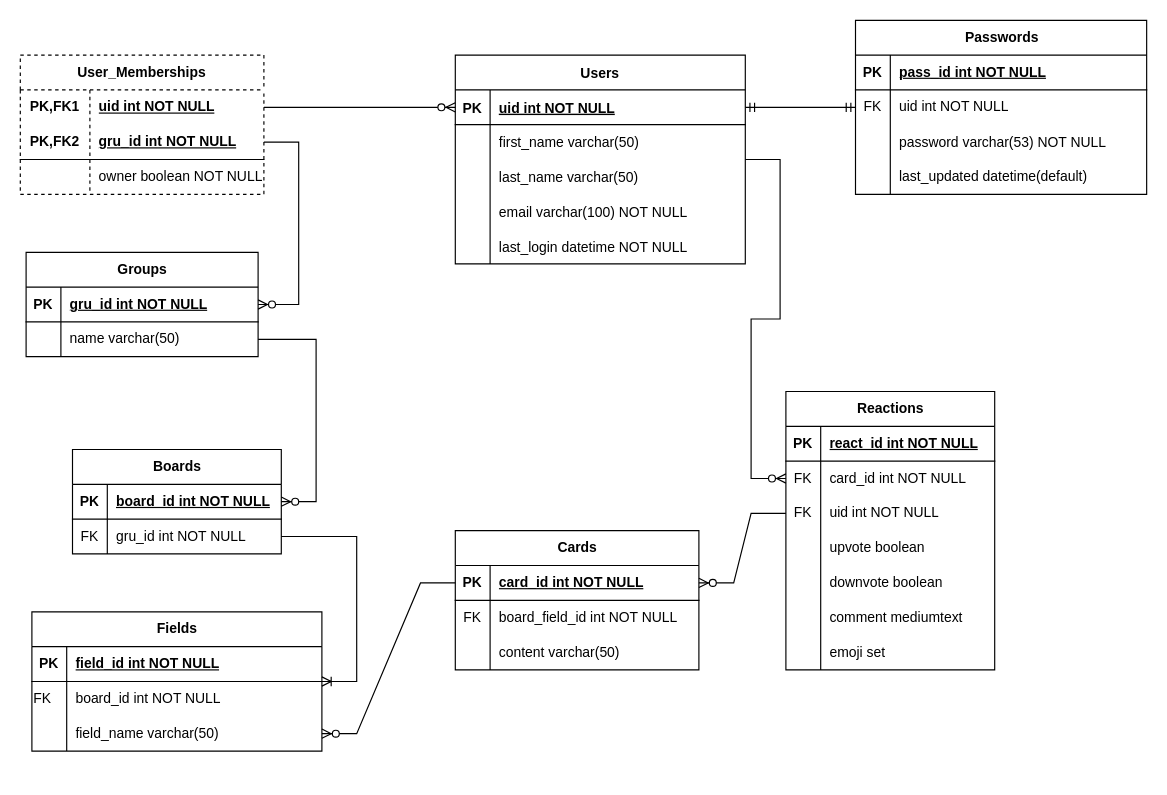
Above: .diagrams/ERD_hindsite.drawio in Bilgecrank/hindsite (draw.io), before the change. Source tidied: cells renumbered, new cells numbered last; positions are measured from the earlier drawing's top-left corner, leaving out a move shared by most shapes. Both pictures are drawn from the tidied source at 116%, with x=0, y=0 at pixel (-218, 20).
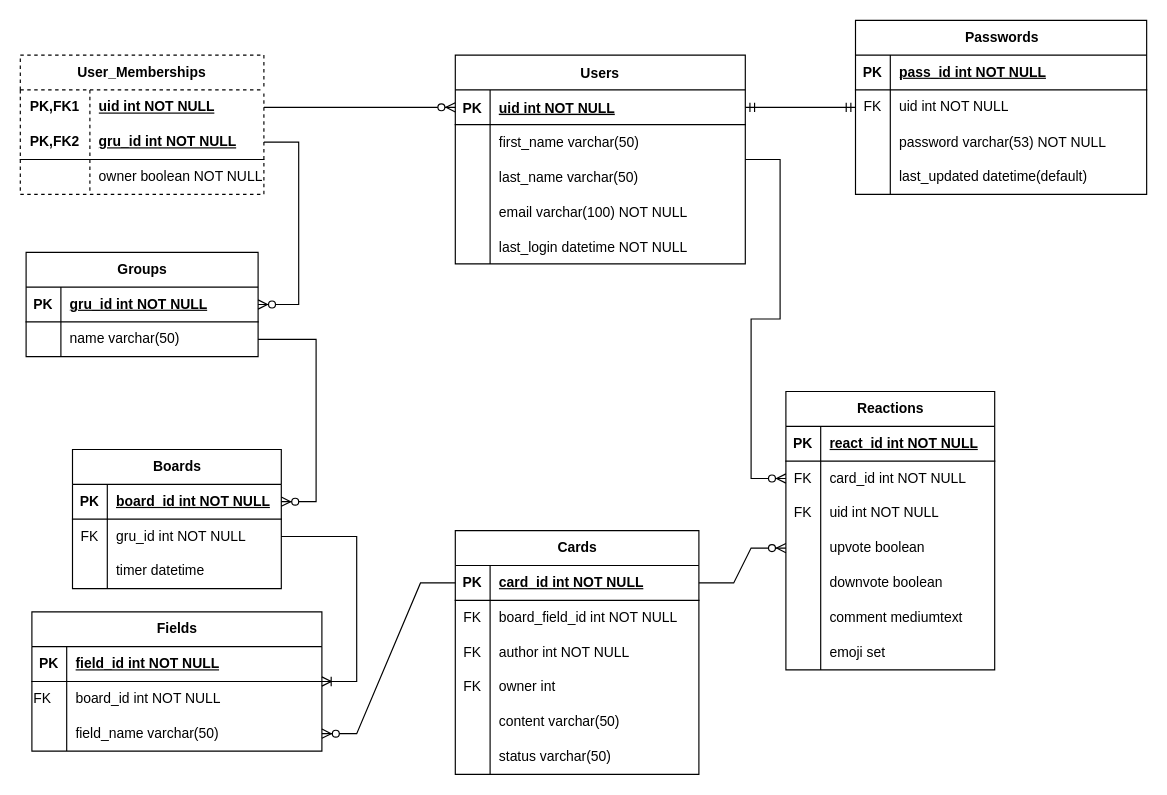
The same page after the edit.

Unchanged cells that the change refers to:
```xml
<mxCell id="59" style="shape=tableRow;horizontal=0;startSize=0;swimlaneHead=0;swimlaneBody=0;fillColor=none;points=[[0,0.5],[1,0.5]];portConstraint=eastwest;top=0;left=0;right=0;bottom=1;" parent="58" vertex="1">
  <mxGeometry y="30" width="210" height="30" as="geometry" />
</mxCell>
<mxCell id="65" style="shape=tableRow;horizontal=0;startSize=0;swimlaneHead=0;swimlaneBody=0;fillColor=none;top=0;left=0;right=0;bottom=0;" parent="58" vertex="1">
  <mxGeometry y="90" width="210" height="30" as="geometry" />
</mxCell>
<mxCell id="88" style="shape=tableRow;horizontal=0;startSize=0;swimlaneHead=0;swimlaneBody=0;fillColor=none;points=[[0,0.5],[1,0.5]];portConstraint=eastwest;top=0;left=0;right=0;bottom=0;" parent="81" vertex="1">
  <mxGeometry y="90" width="180" height="30" as="geometry" />
</mxCell>
<mxCell id="91" style="shape=tableRow;horizontal=0;startSize=0;swimlaneHead=0;swimlaneBody=0;fillColor=none;points=[[0,0.5],[1,0.5]];portConstraint=eastwest;top=0;left=0;right=0;bottom=0;" parent="81" vertex="1">
  <mxGeometry y="120" width="180" height="30" as="geometry" />
</mxCell>
```

What changed in the source:
```diff
@@
     <mxCell id="51" value="Boards" style="shape=table;startSize=30;childLayout=tableLayout;rowLines=0;fontStyle=1;align=center;html=1;" parent="1" vertex="1">
-      <mxGeometry x="250" y="370" width="180" height="90" as="geometry" />
+      <mxGeometry x="250" y="370" width="180" height="120" as="geometry" />
     </mxCell>
@@
+    <mxCell id="105" style="shape=tableRow;horizontal=0;startSize=0;swimlaneHead=0;swimlaneBody=0;fillColor=none;top=0;left=0;right=0;bottom=0;" parent="51" vertex="1">
+      <mxGeometry y="90" width="180" height="30" as="geometry" />
+    </mxCell>
+    <mxCell id="106" style="shape=partialRectangle;fillColor=none;top=0;left=0;bottom=0;right=0;overflow=hidden;whiteSpace=wrap;html=1;" parent="105" vertex="1">
+      <mxGeometry width="30" height="30" as="geometry" />
+    </mxCell>
+    <mxCell id="107" value="timer datetime" style="shape=partialRectangle;fillColor=none;top=0;left=0;bottom=0;right=0;align=left;spacingLeft=6;overflow=hidden;whiteSpace=wrap;html=1;" parent="105" vertex="1">
+      <mxGeometry x="30" width="150" height="30" as="geometry" />
+    </mxCell>
     <mxCell id="58" value="Cards" style="shape=table;startSize=30;childLayout=tableLayout;rowLines=0;fontStyle=1;align=center;html=1;" parent="1" vertex="1">
-      <mxGeometry x="580" y="440" width="210" height="120" as="geometry" />
+      <mxGeometry x="580" y="440" width="210" height="210" as="geometry" />
     </mxCell>
@@
-    <mxCell id="66" style="shape=partialRectangle;fillColor=none;top=0;left=0;bottom=0;right=0;fontStyle=0;overflow=hidden;whiteSpace=wrap;html=1;" parent="65" vertex="1">
+    <mxCell id="66" value="FK" style="shape=partialRectangle;fillColor=none;top=0;left=0;bottom=0;right=0;fontStyle=0;overflow=hidden;whiteSpace=wrap;html=1;" parent="65" vertex="1">
       <mxGeometry width="30" height="30" as="geometry" />
     </mxCell>
-    <mxCell id="67" value="content varchar(50)" style="shape=partialRectangle;fillColor=none;top=0;left=0;bottom=0;right=0;align=left;spacingLeft=6;fontStyle=0;overflow=hidden;whiteSpace=wrap;html=1;" parent="65" vertex="1">
+    <mxCell id="67" value="author int NOT NULL" style="shape=partialRectangle;fillColor=none;top=0;left=0;bottom=0;right=0;align=left;spacingLeft=6;fontStyle=0;overflow=hidden;whiteSpace=wrap;html=1;" parent="65" vertex="1">
       <mxGeometry x="30" width="180" height="30" as="geometry" />
     </mxCell>
+    <mxCell id="108" style="shape=tableRow;horizontal=0;startSize=0;swimlaneHead=0;swimlaneBody=0;fillColor=none;top=0;left=0;right=0;bottom=0;" parent="58" vertex="1">
+      <mxGeometry y="120" width="210" height="30" as="geometry" />
+    </mxCell>
+    <mxCell id="109" value="FK" style="shape=partialRectangle;fillColor=none;top=0;left=0;bottom=0;right=0;fontStyle=0;overflow=hidden;whiteSpace=wrap;html=1;" parent="108" vertex="1">
+      <mxGeometry width="30" height="30" as="geometry" />
+    </mxCell>
+    <mxCell id="110" value="owner int" style="shape=partialRectangle;fillColor=none;top=0;left=0;bottom=0;right=0;align=left;spacingLeft=6;fontStyle=0;overflow=hidden;whiteSpace=wrap;html=1;" parent="108" vertex="1">
+      <mxGeometry x="30" width="180" height="30" as="geometry" />
+    </mxCell>
+    <mxCell id="111" style="shape=tableRow;horizontal=0;startSize=0;swimlaneHead=0;swimlaneBody=0;fillColor=none;top=0;left=0;right=0;bottom=0;" parent="58" vertex="1">
+      <mxGeometry y="150" width="210" height="30" as="geometry" />
+    </mxCell>
+    <mxCell id="112" style="shape=partialRectangle;fillColor=none;top=0;left=0;bottom=0;right=0;fontStyle=0;overflow=hidden;whiteSpace=wrap;html=1;" parent="111" vertex="1">
+      <mxGeometry width="30" height="30" as="geometry" />
+    </mxCell>
+    <mxCell id="113" value="content varchar(50)" style="shape=partialRectangle;fillColor=none;top=0;left=0;bottom=0;right=0;align=left;spacingLeft=6;fontStyle=0;overflow=hidden;whiteSpace=wrap;html=1;" parent="111" vertex="1">
+      <mxGeometry x="30" width="180" height="30" as="geometry" />
+    </mxCell>
+    <mxCell id="114" style="shape=tableRow;horizontal=0;startSize=0;swimlaneHead=0;swimlaneBody=0;fillColor=none;top=0;left=0;right=0;bottom=0;" parent="58" vertex="1">
+      <mxGeometry y="180" width="210" height="30" as="geometry" />
+    </mxCell>
+    <mxCell id="115" style="shape=partialRectangle;fillColor=none;top=0;left=0;bottom=0;right=0;fontStyle=0;overflow=hidden;whiteSpace=wrap;html=1;" parent="114" vertex="1">
+      <mxGeometry width="30" height="30" as="geometry" />
+    </mxCell>
+    <mxCell id="116" value="status varchar(50)" style="shape=partialRectangle;fillColor=none;top=0;left=0;bottom=0;right=0;align=left;spacingLeft=6;fontStyle=0;overflow=hidden;whiteSpace=wrap;html=1;" parent="114" vertex="1">
+      <mxGeometry x="30" width="180" height="30" as="geometry" />
+    </mxCell>
@@
-    <mxCell id="104" style="edgeStyle=entityRelationEdgeStyle;fontSize=12;html=1;endArrow=ERzeroToMany;endFill=1;rounded=0;" parent="1" edge="1" source="88" target="59">
+    <mxCell id="104" style="edgeStyle=entityRelationEdgeStyle;fontSize=12;html=1;endArrow=ERzeroToMany;endFill=1;rounded=0;" parent="1" edge="1" source="59" target="91">
       <mxGeometry relative="1" as="geometry" />
     </mxCell>
```
